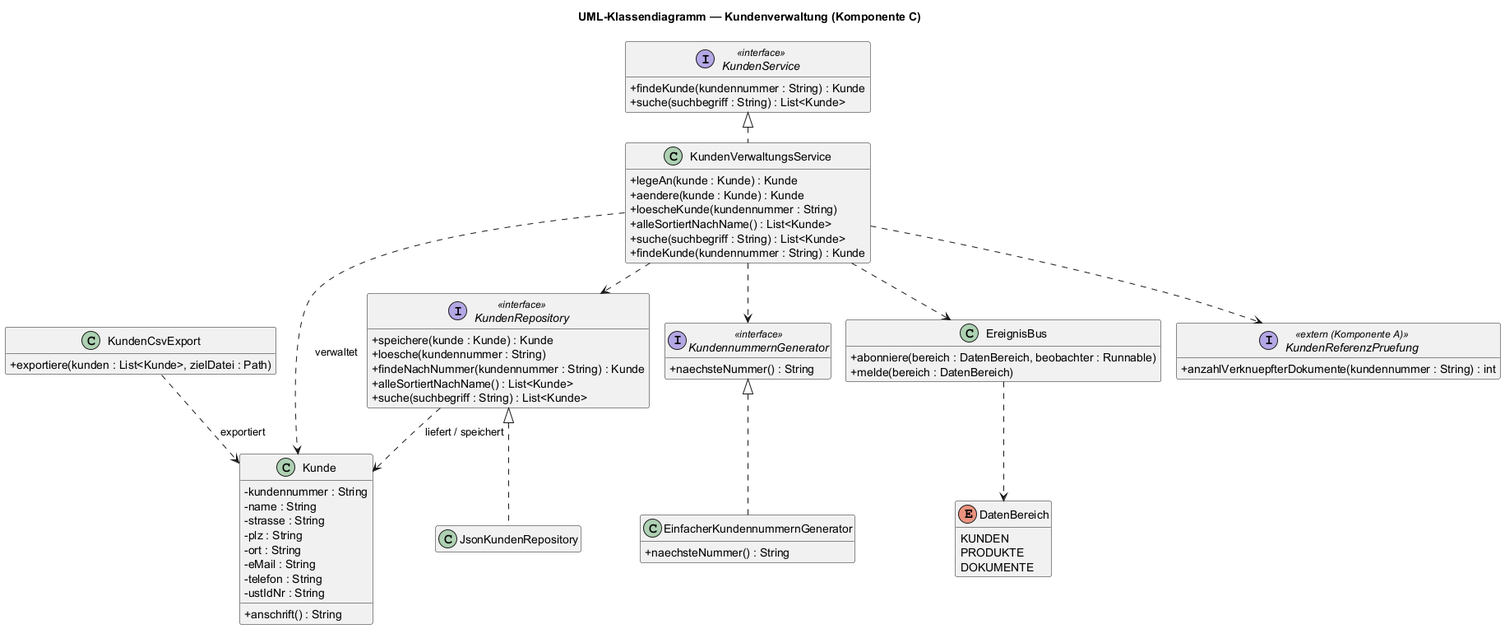
This is dokumentation/diagramme/klassendiagramm_kundenverwaltung.png from lucasstrubel/faktura, a PlantUML export, as it was before one commit. Source of this version:
```plantuml
@startuml klassendiagramm_kundenverwaltung
!pragma layout smetana
!pragma layout smetana

skinparam shadowing false
skinparam classAttributeIconSize 0
skinparam linetype ortho
hide empty members

title UML-Klassendiagramm — Kundenverwaltung (Komponente C)


class Kunde {
  - kundennummer : String
  - name : String
  - strasse : String
  - plz : String
  - ort : String
  - eMail : String
  - telefon : String
  - ustIdNr : String
  + anschrift() : String
}


interface KundenService <<interface>> {
  + findeKunde(kundennummer : String) : Kunde
  + suche(suchbegriff : String) : List<Kunde>
}

class KundenVerwaltungsService {
  + legeAn(kunde : Kunde) : Kunde
  + aendere(kunde : Kunde) : Kunde
  + loescheKunde(kundennummer : String)
  + alleSortiertNachName() : List<Kunde>
  + suche(suchbegriff : String) : List<Kunde>
  + findeKunde(kundennummer : String) : Kunde
}

interface KundennummernGenerator <<interface>> {
  + naechsteNummer() : String
}

class EinfacherKundennummernGenerator {
  + naechsteNummer() : String
}

interface KundenRepository <<interface>> {
  + speichere(kunde : Kunde) : Kunde
  + loesche(kundennummer : String)
  + findeNachNummer(kundennummer : String) : Kunde
  + alleSortiertNachName() : List<Kunde>
  + suche(suchbegriff : String) : List<Kunde>
}

class JsonKundenRepository {
}

class KundenCsvExport {
  + exportiere(kunden : List<Kunde>, zielDatei : Path)
}

class EreignisBus {
  + abonniere(bereich : DatenBereich, beobachter : Runnable)
  + melde(bereich : DatenBereich)
}

enum DatenBereich {
  KUNDEN
  PRODUKTE
  DOKUMENTE
}


interface KundenReferenzPruefung <<extern (Komponente A)>> {
  + anzahlVerknuepfterDokumente(kundennummer : String) : int
}


KundenService <|.. KundenVerwaltungsService
KundenRepository <|.. JsonKundenRepository
KundennummernGenerator <|.. EinfacherKundennummernGenerator


KundenVerwaltungsService ..> KundenRepository
KundenVerwaltungsService ..> KundennummernGenerator
KundenVerwaltungsService ..> KundenReferenzPruefung
KundenVerwaltungsService ..> EreignisBus
EreignisBus ..> DatenBereich

KundenVerwaltungsService ..> Kunde : verwaltet
KundenRepository ..> Kunde : liefert / speichert
KundenCsvExport ..> Kunde : exportiert

@enduml
```
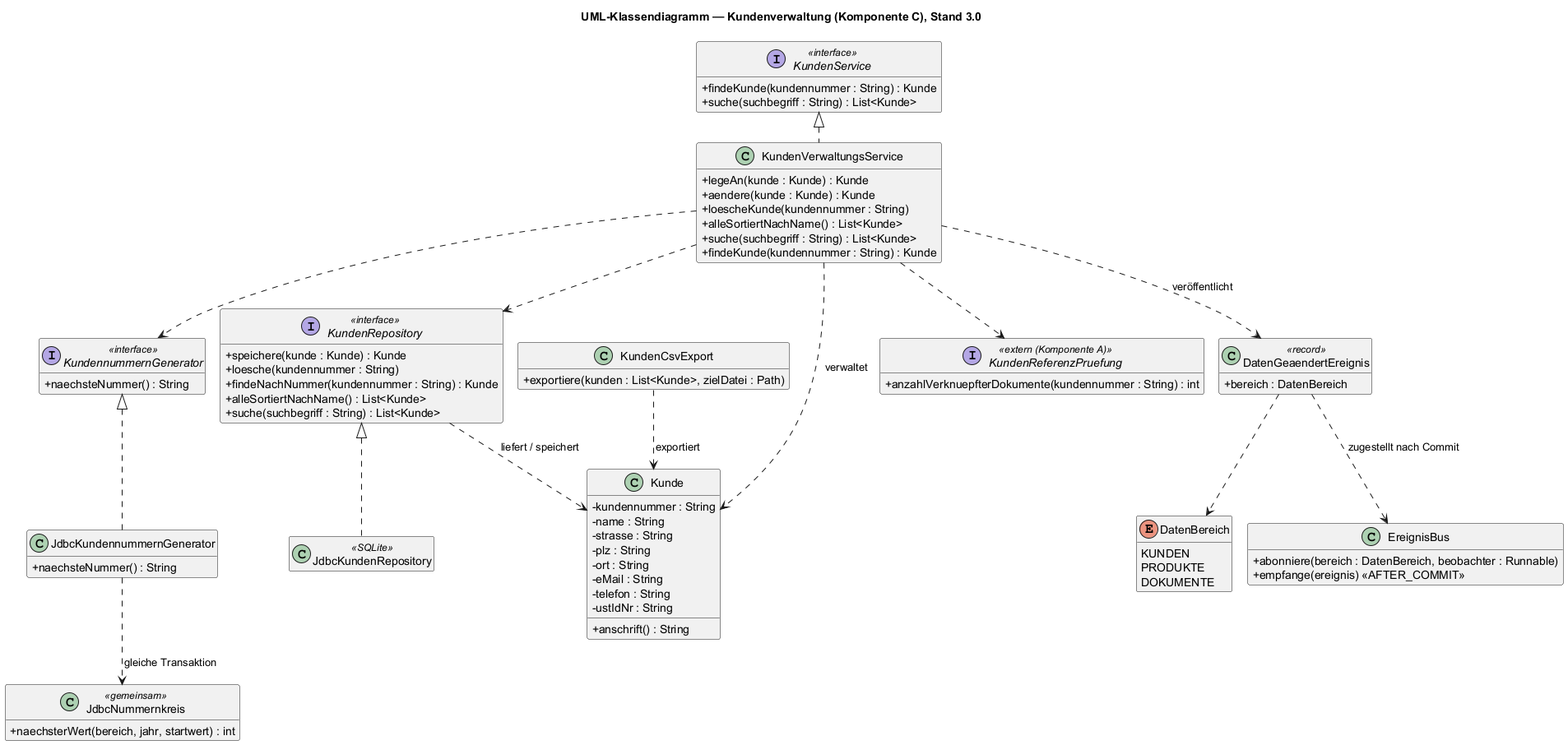
The same file after the commit.

Diff of the diagram source:
```diff
@@ -7,7 +7,7 @@
 skinparam linetype ortho
 hide empty members
 
-title UML-Klassendiagramm — Kundenverwaltung (Komponente C)
+title UML-Klassendiagramm — Kundenverwaltung (Komponente C), Stand 3.0
 
 
 class Kunde {
@@ -41,7 +41,7 @@
   + naechsteNummer() : String
 }
 
-class EinfacherKundennummernGenerator {
+class JdbcKundennummernGenerator {
   + naechsteNummer() : String
 }
 
@@ -53,16 +53,24 @@
   + suche(suchbegriff : String) : List<Kunde>
 }
 
-class JsonKundenRepository {
+class JdbcKundenRepository <<SQLite>> {
 }
 
 class KundenCsvExport {
   + exportiere(kunden : List<Kunde>, zielDatei : Path)
 }
 
+class DatenGeaendertEreignis <<record>> {
+  + bereich : DatenBereich
+}
+
 class EreignisBus {
   + abonniere(bereich : DatenBereich, beobachter : Runnable)
-  + melde(bereich : DatenBereich)
+  + empfange(ereignis) <<AFTER_COMMIT>>
+}
+
+class JdbcNummernkreis <<gemeinsam>> {
+  + naechsterWert(bereich, jahr, startwert) : int
 }
 
 enum DatenBereich {
@@ -78,15 +86,17 @@
 
 
 KundenService <|.. KundenVerwaltungsService
-KundenRepository <|.. JsonKundenRepository
-KundennummernGenerator <|.. EinfacherKundennummernGenerator
+KundenRepository <|.. JdbcKundenRepository
+KundennummernGenerator <|.. JdbcKundennummernGenerator
+JdbcKundennummernGenerator ..> JdbcNummernkreis : gleiche Transaktion
 
 
 KundenVerwaltungsService ..> KundenRepository
 KundenVerwaltungsService ..> KundennummernGenerator
 KundenVerwaltungsService ..> KundenReferenzPruefung
-KundenVerwaltungsService ..> EreignisBus
-EreignisBus ..> DatenBereich
+KundenVerwaltungsService ..> DatenGeaendertEreignis : veröffentlicht
+DatenGeaendertEreignis ..> EreignisBus : zugestellt nach Commit
+DatenGeaendertEreignis ..> DatenBereich
 
 KundenVerwaltungsService ..> Kunde : verwaltet
 KundenRepository ..> Kunde : liefert / speichert
```
